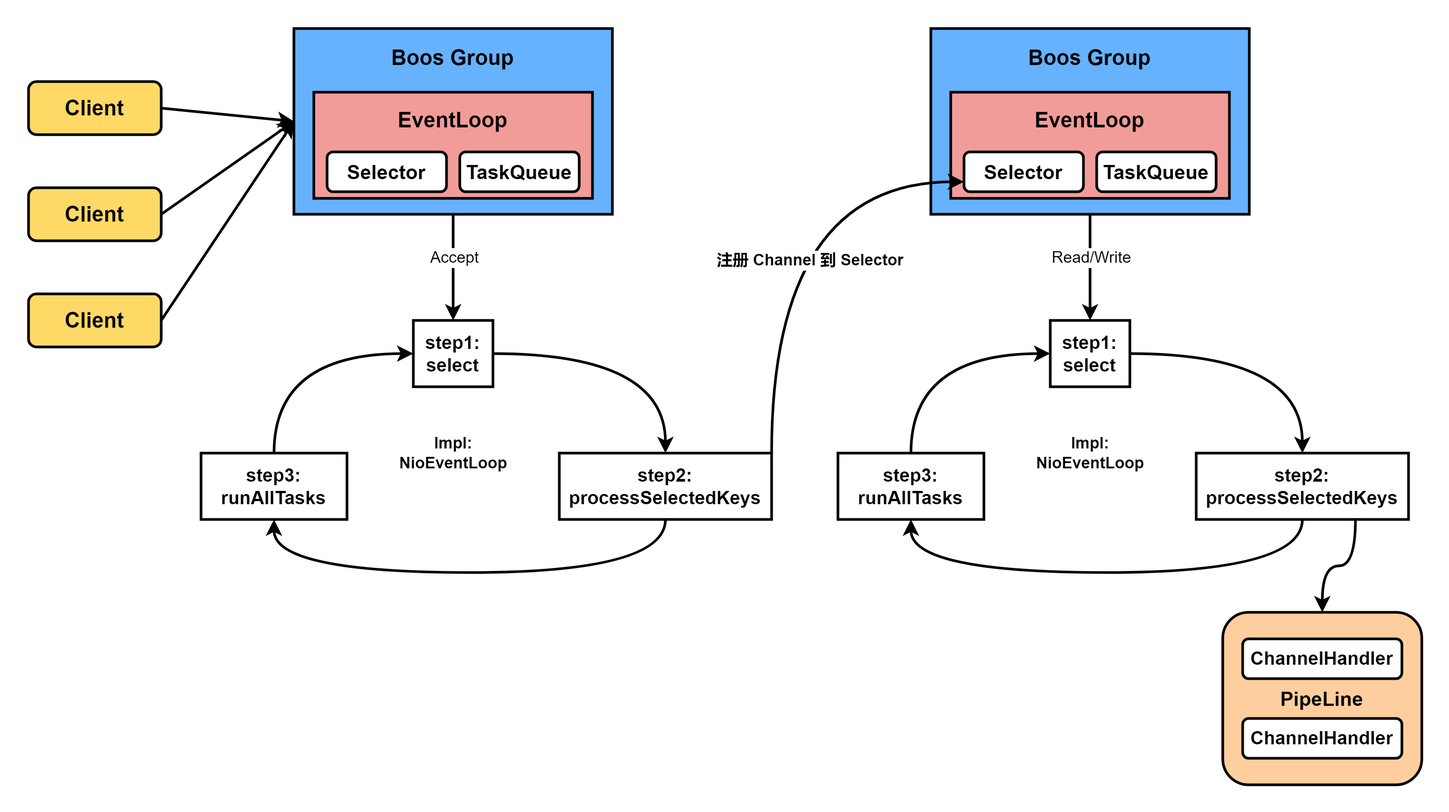
The draw.io diagram rpc/muti_thread.png in maling-one/img, before a commit. Source tidied: cells renumbered, new cells last; positions are measured from the earlier drawing's top-left corner, leaving out a move shared by most shapes.
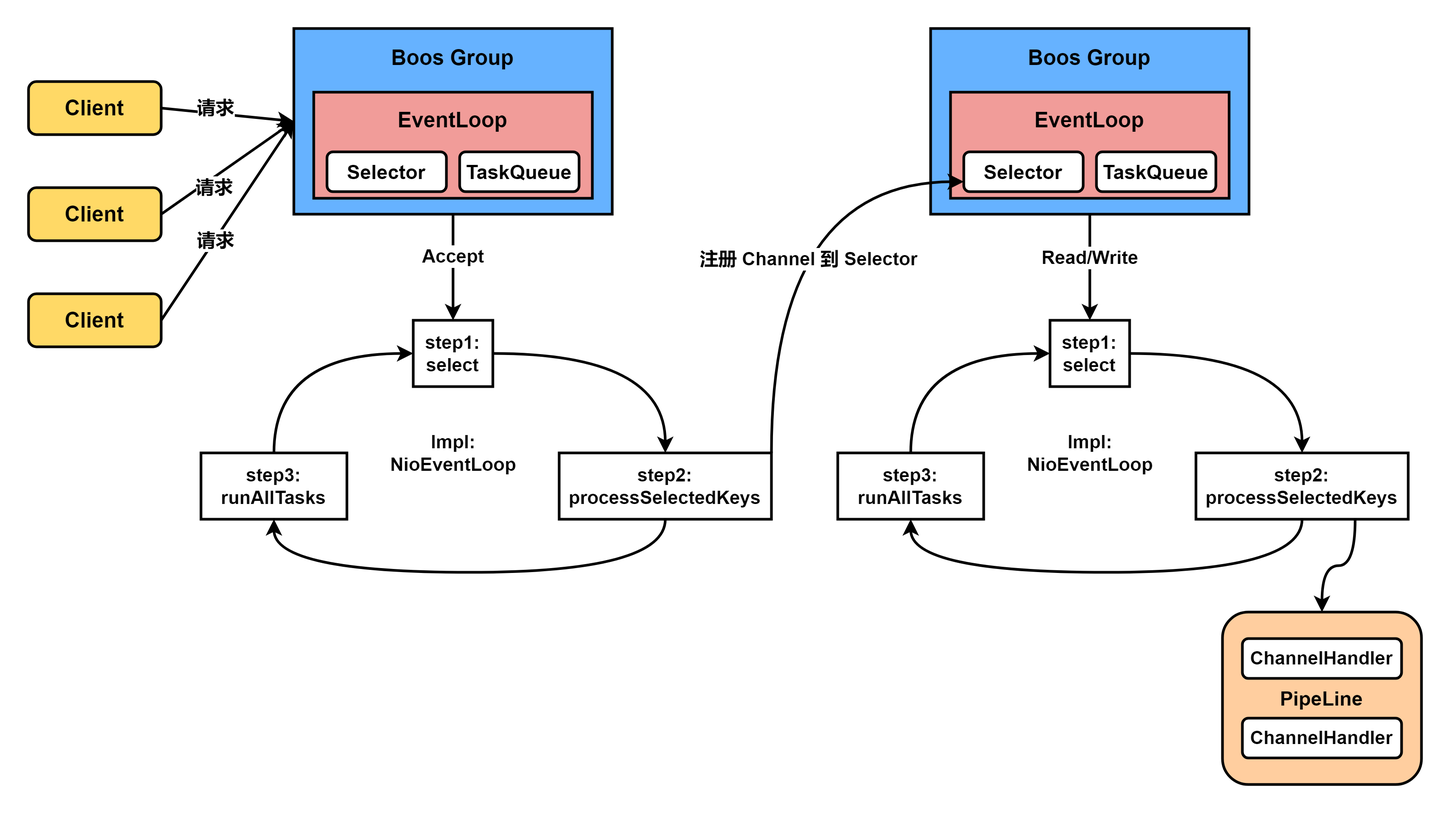
Above is the later version.

Diff of the diagram source:
```diff
@@ -5,18 +5,33 @@
     <mxCell id="2" style="rounded=0;jettySize=auto;html=1;exitX=1;exitY=0.5;exitDx=0;exitDy=0;entryX=0;entryY=0.5;entryDx=0;entryDy=0;" parent="1" edge="1" source="3" target="9">
       <mxGeometry relative="1" as="geometry" />
     </mxCell>
+    <mxCell id="46" value="请求" style="edgeLabel;html=1;align=center;verticalAlign=middle;fontStyle=1;fontSize=14;" parent="2" vertex="1">
+      <mxGeometry x="-0.28" y="-1" relative="1" as="geometry">
+        <mxPoint x="4" y="-5" as="offset" />
+      </mxGeometry>
+    </mxCell>
     <mxCell id="3" value="&lt;b&gt;&lt;font style=&quot;font-size: 16px&quot;&gt;Client&lt;/font&gt;&lt;/b&gt;" style="rounded=1;whiteSpace=wrap;html=1;fillColor=#FFD966;" parent="1" vertex="1">
       <mxGeometry y="40" width="100" height="40" as="geometry" />
     </mxCell>
     <mxCell id="4" style="edgeStyle=none;rounded=0;jettySize=auto;html=1;exitX=1;exitY=0.5;exitDx=0;exitDy=0;entryX=0;entryY=0.5;entryDx=0;entryDy=0;" parent="1" edge="1" source="5" target="9">
       <mxGeometry relative="1" as="geometry" />
     </mxCell>
+    <mxCell id="47" value="&lt;b&gt;&lt;font style=&quot;font-size: 14px&quot;&gt;请求&lt;/font&gt;&lt;/b&gt;" style="edgeLabel;html=1;align=center;verticalAlign=middle;" parent="4" vertex="1">
+      <mxGeometry x="-0.31" y="-1" relative="1" as="geometry">
+        <mxPoint x="5" y="3" as="offset" />
+      </mxGeometry>
+    </mxCell>
     <mxCell id="5" value="&lt;b&gt;&lt;font style=&quot;font-size: 16px&quot;&gt;Client&lt;/font&gt;&lt;/b&gt;" style="rounded=1;whiteSpace=wrap;html=1;fillColor=#FFD966;" parent="1" vertex="1">
       <mxGeometry y="120" width="100" height="40" as="geometry" />
     </mxCell>
     <mxCell id="6" style="edgeStyle=none;rounded=0;jettySize=auto;html=1;exitX=1;exitY=0.5;exitDx=0;exitDy=0;entryX=0;entryY=0.5;entryDx=0;entryDy=0;" parent="1" edge="1" source="7" target="9">
       <mxGeometry relative="1" as="geometry" />
     </mxCell>
+    <mxCell id="48" value="&lt;b&gt;&lt;font style=&quot;font-size: 14px&quot;&gt;请求&lt;/font&gt;&lt;/b&gt;" style="edgeLabel;html=1;align=center;verticalAlign=middle;" parent="6" vertex="1">
+      <mxGeometry x="-0.26" y="1" relative="1" as="geometry">
+        <mxPoint x="4" y="-4" as="offset" />
+      </mxGeometry>
+    </mxCell>
     <mxCell id="7" value="&lt;b&gt;&lt;font style=&quot;font-size: 16px&quot;&gt;Client&lt;/font&gt;&lt;/b&gt;" style="rounded=1;whiteSpace=wrap;html=1;fillColor=#FFD966;" parent="1" vertex="1">
       <mxGeometry y="200" width="100" height="40" as="geometry" />
     </mxCell>
@@ -82,8 +97,8 @@
         </Array>
       </mxGeometry>
     </mxCell>
-    <mxCell id="27" value="&lt;b&gt;Impl:&lt;br&gt;NioEventLoop&lt;/b&gt;" style="text;html=1;align=center;verticalAlign=middle;strokeColor=none;" parent="20" vertex="1">
-      <mxGeometry x="140" y="80" width="100" height="40" as="geometry" />
+    <mxCell id="27" value="&lt;b style=&quot;font-size: 14px&quot;&gt;Impl:&lt;br&gt;NioEventLoop&lt;/b&gt;" style="text;html=1;align=center;verticalAlign=middle;strokeColor=none;" parent="20" vertex="1">
+      <mxGeometry x="130" y="75" width="120" height="50" as="geometry" />
     </mxCell>
     <mxCell id="28" style="group;" parent="1" vertex="1">
       <mxGeometry x="610" y="220" width="430" height="190" as="geometry" />
@@ -111,25 +126,25 @@
         </Array>
       </mxGeometry>
     </mxCell>
-    <mxCell id="35" value="&lt;b&gt;Impl:&lt;br&gt;NioEventLoop&lt;/b&gt;" style="text;html=1;align=center;verticalAlign=middle;strokeColor=none;" parent="28" vertex="1">
-      <mxGeometry x="140" y="80" width="100" height="40" as="geometry" />
+    <mxCell id="35" value="&lt;b style=&quot;font-size: 14px&quot;&gt;Impl:&lt;br&gt;NioEventLoop&lt;/b&gt;" style="text;html=1;align=center;verticalAlign=middle;strokeColor=none;" parent="28" vertex="1">
+      <mxGeometry x="130" y="75" width="120" height="50" as="geometry" />
     </mxCell>
     <mxCell id="36" style="edgeStyle=orthogonalEdgeStyle;curved=1;rounded=0;jettySize=auto;html=1;exitX=1;exitY=0;exitDx=0;exitDy=0;entryX=0;entryY=0.75;entryDx=0;entryDy=0;" parent="1" edge="1" source="22" target="18">
       <mxGeometry relative="1" as="geometry" />
     </mxCell>
-    <mxCell id="37" value="&lt;b&gt;注册 Channel 到 Selector&lt;/b&gt;" style="edgeLabel;html=1;align=center;verticalAlign=middle;" parent="36" vertex="1">
+    <mxCell id="37" value="&lt;b style=&quot;font-size: 14px;&quot;&gt;&lt;font style=&quot;font-size: 14px;&quot;&gt;注册 Channel 到 Selector&lt;/font&gt;&lt;/b&gt;" style="edgeLabel;html=1;align=center;verticalAlign=middle;fontSize=14;" parent="36" vertex="1">
       <mxGeometry x="-0.16" y="-28" relative="1" as="geometry" />
     </mxCell>
     <mxCell id="38" style="edgeStyle=orthogonalEdgeStyle;curved=1;rounded=0;jettySize=auto;html=1;exitX=0.5;exitY=1;exitDx=0;exitDy=0;entryX=0.5;entryY=0;entryDx=0;entryDy=0;" parent="1" edge="1" source="9" target="21">
       <mxGeometry relative="1" as="geometry" />
     </mxCell>
-    <mxCell id="39" value="Accept" style="edgeLabel;html=1;align=center;verticalAlign=middle;" parent="38" vertex="1">
+    <mxCell id="39" value="&lt;b style=&quot;font-size: 14px;&quot;&gt;&lt;font style=&quot;font-size: 14px;&quot;&gt;Accept&lt;/font&gt;&lt;/b&gt;" style="edgeLabel;html=1;align=center;verticalAlign=middle;fontSize=14;" parent="38" vertex="1">
       <mxGeometry x="-0.21" relative="1" as="geometry" />
     </mxCell>
     <mxCell id="40" style="edgeStyle=orthogonalEdgeStyle;curved=1;rounded=0;jettySize=auto;html=1;exitX=0.5;exitY=1;exitDx=0;exitDy=0;entryX=0.5;entryY=0;entryDx=0;entryDy=0;" parent="1" edge="1" source="15" target="29">
       <mxGeometry relative="1" as="geometry" />
     </mxCell>
-    <mxCell id="41" value="Read/Write" style="edgeLabel;html=1;align=center;verticalAlign=middle;" parent="40" vertex="1">
+    <mxCell id="41" value="&lt;b style=&quot;font-size: 14px;&quot;&gt;&lt;font style=&quot;font-size: 14px;&quot;&gt;Read/Write&lt;/font&gt;&lt;/b&gt;" style="edgeLabel;html=1;align=center;verticalAlign=middle;fontSize=14;" parent="40" vertex="1">
       <mxGeometry x="-0.2" relative="1" as="geometry" />
     </mxCell>
     <mxCell id="42" value="&lt;b&gt;&lt;font style=&quot;font-size: 15px&quot;&gt;PipeLine&lt;/font&gt;&lt;/b&gt;" style="rounded=1;whiteSpace=wrap;html=1;fillColor=#FFCE9F;" parent="1" vertex="1">
```
